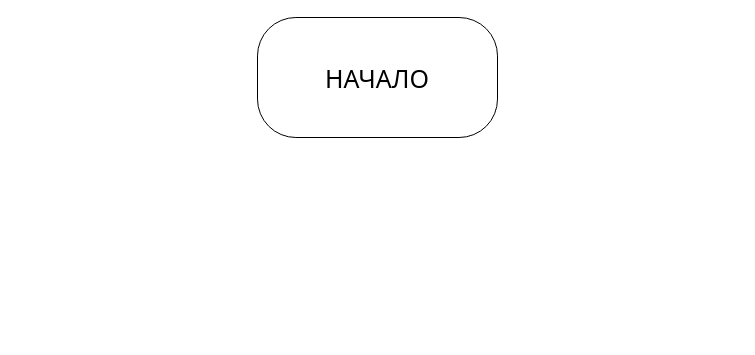
khanhbg339/Myproject keeps this draw.io diagram as Untitled 3.drawio. Above is the earlier version. Source tidied: cells renumbered, new cells numbered last; positions are measured from the earlier drawing's top-left corner, leaving out a move shared by most shapes. Both pictures are drawn from the tidied source at 100%, with x=0, y=0 at pixel (257, 17).
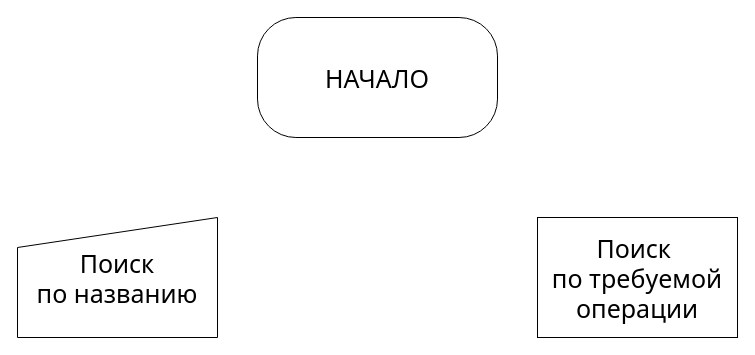
The same page after the edit.

Diff of the diagram source:
```diff
@@
 <mxGraphModel>
   <root>
     <mxCell id="0" />
     <mxCell id="1" parent="0" />
     <mxCell id="2" value="&lt;font style=&quot;font-size: 25px;&quot;&gt;НАЧАЛО&lt;/font&gt;" style="rounded=1;whiteSpace=wrap;html=1;arcSize=32;fontFamily=Tahoma;fontSize=25;" parent="1" vertex="1">
       <mxGeometry width="240" height="120" as="geometry" />
     </mxCell>
+    <mxCell id="3" value="Поиск &lt;br style=&quot;font-size: 25px;&quot;&gt;по названию" style="shape=manualInput;whiteSpace=wrap;html=1;fontSize=25;fontFamily=Tahoma;" parent="1" vertex="1">
+      <mxGeometry x="-240" y="200" width="200" height="120" as="geometry" />
+    </mxCell>
+    <mxCell id="4" value="Поиск&amp;nbsp;&lt;br style=&quot;font-size: 25px;&quot;&gt;по требуемой операции" style="rounded=0;whiteSpace=wrap;html=1;fontFamily=Tahoma;fontSize=25;" parent="1" vertex="1">
+      <mxGeometry x="280" y="200" width="200" height="120" as="geometry" />
+    </mxCell>
   </root>
 </mxGraphModel>
```
